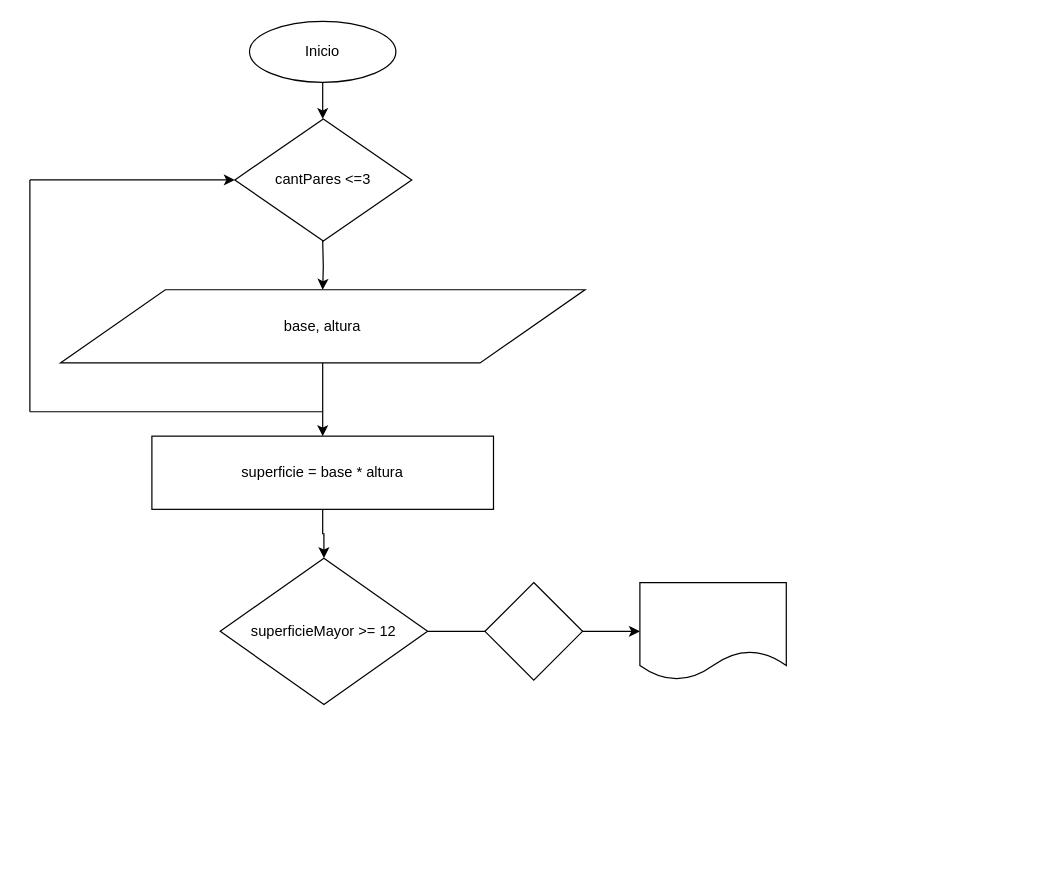
The draw.io diagram Tarea 21 de Marzo Ejercicios de Estructura de control/Ejercicio 10 Logica.drawio in NicolasMaggia/TareasJS-comision37i, before the edit. Source tidied: cells renumbered, new cells numbered last; positions are measured from the earlier drawing's top-left corner, leaving out a move shared by most shapes. Both pictures are drawn from the tidied source at 122%, with x=0, y=0 at pixel (29, 21).
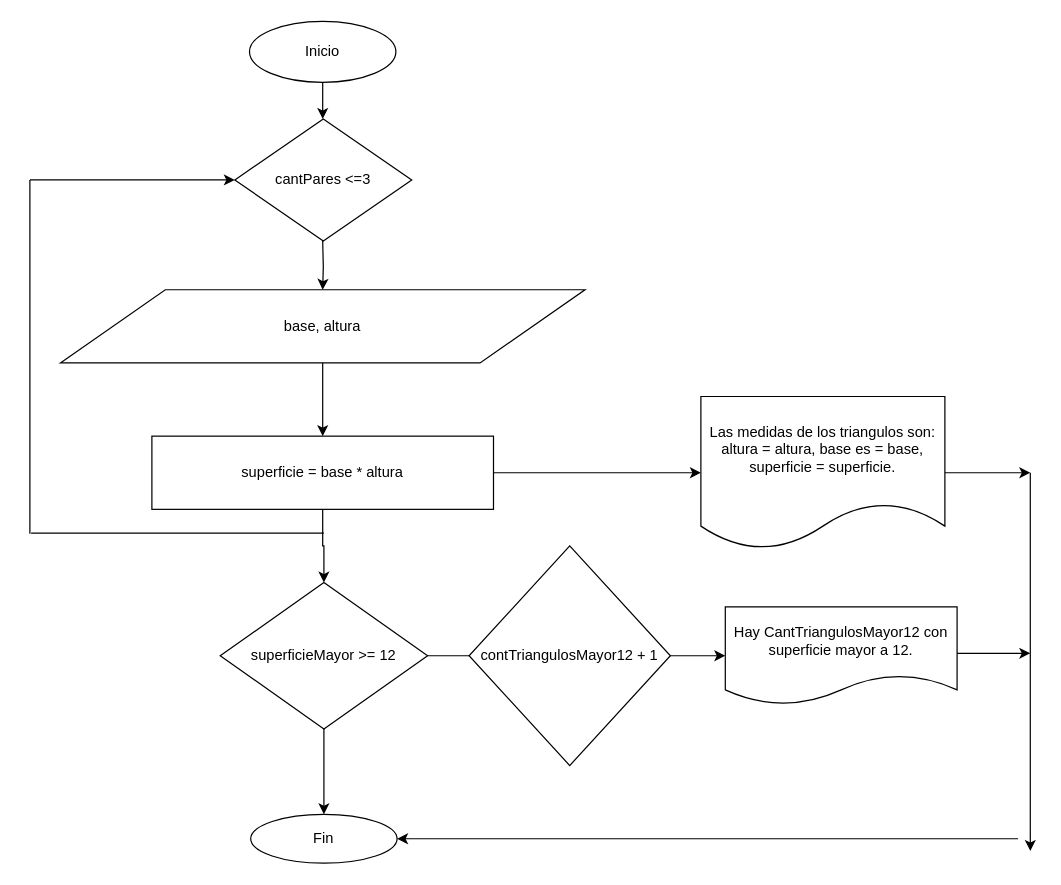
The same page after the edit.

Commit message:
subiendo ejercicio 10

Unchanged cells that the change refers to:
```xml
<mxCell id="7" value="superficie = base * altura" style="rounded=0;whiteSpace=wrap;html=1;" parent="1" vertex="1">
  <mxGeometry x="100" y="340" width="280" height="60" as="geometry" />
</mxCell>
```

Diff of the diagram source:
```diff
@@
+    <mxCell id="17" style="edgeStyle=orthogonalEdgeStyle;rounded=0;jettySize=auto;html=1;" parent="1" edge="1" source="7" target="19">
+      <mxGeometry relative="1" as="geometry" />
+    </mxCell>
@@
     <mxCell id="8" style="endArrow=none;html=1;" parent="1" edge="1">
       <mxGeometry relative="1" as="geometry">
-        <mxPoint y="320" as="sourcePoint" />
-        <mxPoint x="240" y="320" as="targetPoint" />
+        <mxPoint x="1" y="419.5" as="sourcePoint" />
+        <mxPoint x="241" y="419.5" as="targetPoint" />
       </mxGeometry>
     </mxCell>
     <mxCell id="9" style="endArrow=none;html=1;" parent="1" edge="1">
       <mxGeometry relative="1" as="geometry">
         <mxPoint y="130" as="sourcePoint" />
-        <mxPoint y="320" as="targetPoint" />
+        <mxPoint y="420" as="targetPoint" />
       </mxGeometry>
     </mxCell>
@@
+    <mxCell id="18" style="edgeStyle=orthogonalEdgeStyle;rounded=0;jettySize=auto;html=1;" parent="1" edge="1" source="14" target="20">
+      <mxGeometry relative="1" as="geometry" />
+    </mxCell>
     <mxCell id="14" value="superficieMayor &amp;gt;= 12&lt;br&gt;" style="rhombus;whiteSpace=wrap;html=1;" parent="1" vertex="1">
-      <mxGeometry x="156" y="440" width="170" height="120" as="geometry" />
+      <mxGeometry x="156" y="460" width="170" height="120" as="geometry" />
     </mxCell>
-    <mxCell id="15" style="shape=document;whiteSpace=wrap;html=1;boundedLbl=1;" parent="1" vertex="1">
-      <mxGeometry x="500" y="460" width="120" height="80" as="geometry" />
+    <mxCell id="15" value="Hay CantTriangulosMayor12 con superficie mayor a 12." style="shape=document;whiteSpace=wrap;html=1;boundedLbl=1;" parent="1" vertex="1">
+      <mxGeometry x="570" y="480" width="190" height="80" as="geometry" />
     </mxCell>
-    <mxCell id="16" style="rhombus;whiteSpace=wrap;html=1;" parent="1" vertex="1">
-      <mxGeometry x="373" y="460" width="80" height="80" as="geometry" />
+    <mxCell id="16" value="contTriangulosMayor12 + 1" style="rhombus;whiteSpace=wrap;html=1;" parent="1" vertex="1">
+      <mxGeometry x="360" y="430" width="165" height="180" as="geometry" />
     </mxCell>
+    <mxCell id="19" value="Las medidas de los triangulos son:&lt;br&gt;altura = altura, base es = base, superficie = superficie." style="shape=document;whiteSpace=wrap;html=1;boundedLbl=1;" parent="1" vertex="1">
+      <mxGeometry x="550" y="307.5" width="200" height="125" as="geometry" />
+    </mxCell>
+    <mxCell id="20" value="Fin" style="ellipse;whiteSpace=wrap;html=1;" parent="1" vertex="1">
+      <mxGeometry x="181" y="650" width="120" height="40" as="geometry" />
+    </mxCell>
+    <mxCell id="21" style="endArrow=classic;html=1;exitX=1;exitY=0.5;exitDx=0;exitDy=0;" parent="1" edge="1" source="19">
+      <mxGeometry relative="1" as="geometry">
+        <mxPoint x="820" y="370" as="targetPoint" />
+      </mxGeometry>
+    </mxCell>
+    <mxCell id="22" style="endArrow=classic;html=1;exitX=1;exitY=0.5;exitDx=0;exitDy=0;" parent="1" edge="1">
+      <mxGeometry relative="1" as="geometry">
+        <mxPoint x="760" y="518" as="sourcePoint" />
+        <mxPoint x="820" y="518" as="targetPoint" />
+      </mxGeometry>
+    </mxCell>
+    <mxCell id="23" style="endArrow=classic;html=1;" parent="1" edge="1">
+      <mxGeometry relative="1" as="geometry">
+        <mxPoint x="820" y="370" as="sourcePoint" />
+        <mxPoint x="820" y="680" as="targetPoint" />
+      </mxGeometry>
+    </mxCell>
+    <mxCell id="24" style="endArrow=classic;html=1;entryX=1;entryY=0.5;entryDx=0;entryDy=0;" parent="1" edge="1" target="20">
+      <mxGeometry relative="1" as="geometry">
+        <mxPoint x="810" y="670" as="sourcePoint" />
+      </mxGeometry>
+    </mxCell>
```
